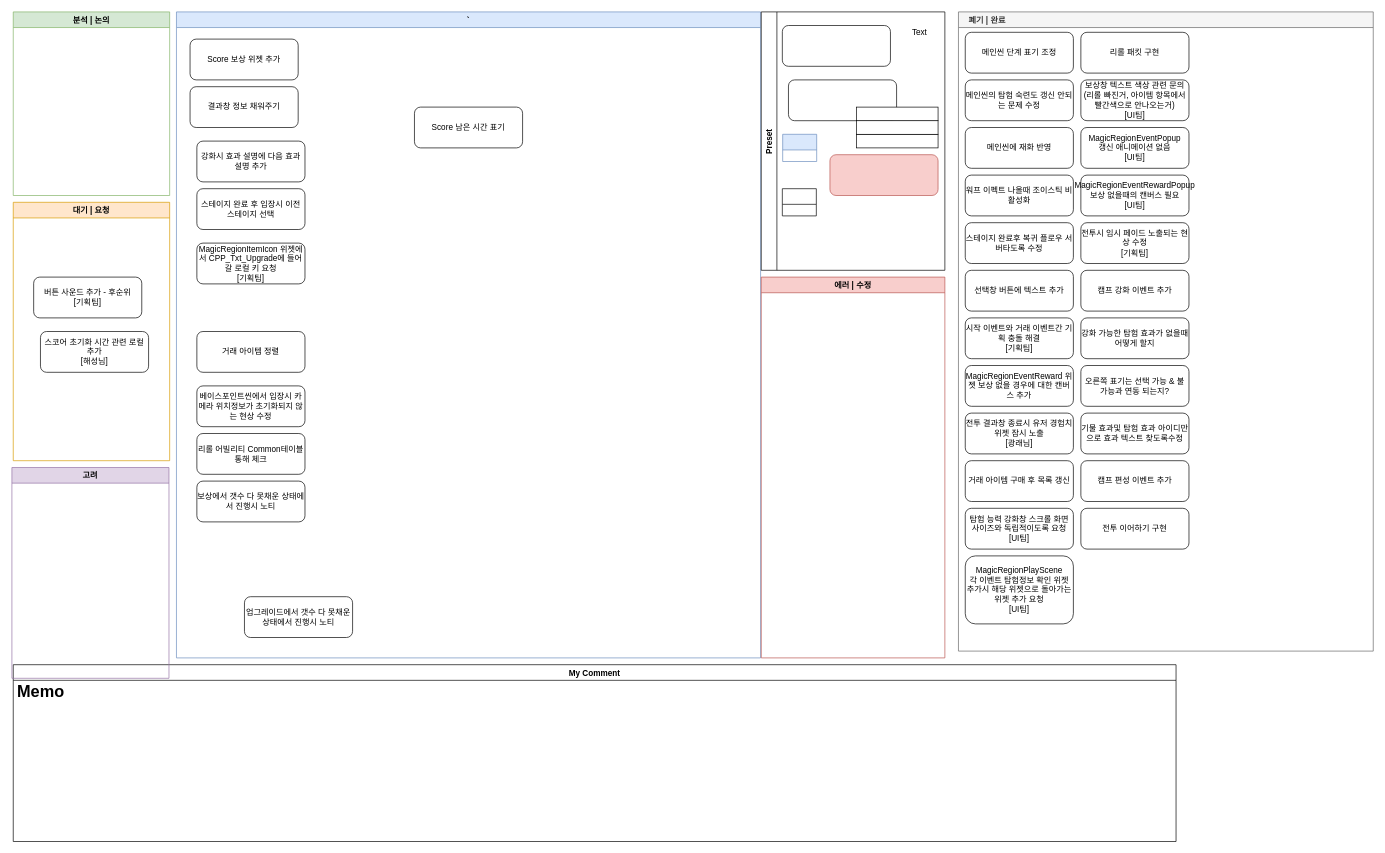
Earlier version of the draw.io diagram 로그라이트.drawio (Endorr/Job-Board). Source tidied: cells renumbered, new cells numbered last; positions are measured from the earlier drawing's top-left corner, leaving out a move shared by most shapes. Both pictures are drawn from the tidied source at 68%, with x=0, y=0 at pixel (12, 12).
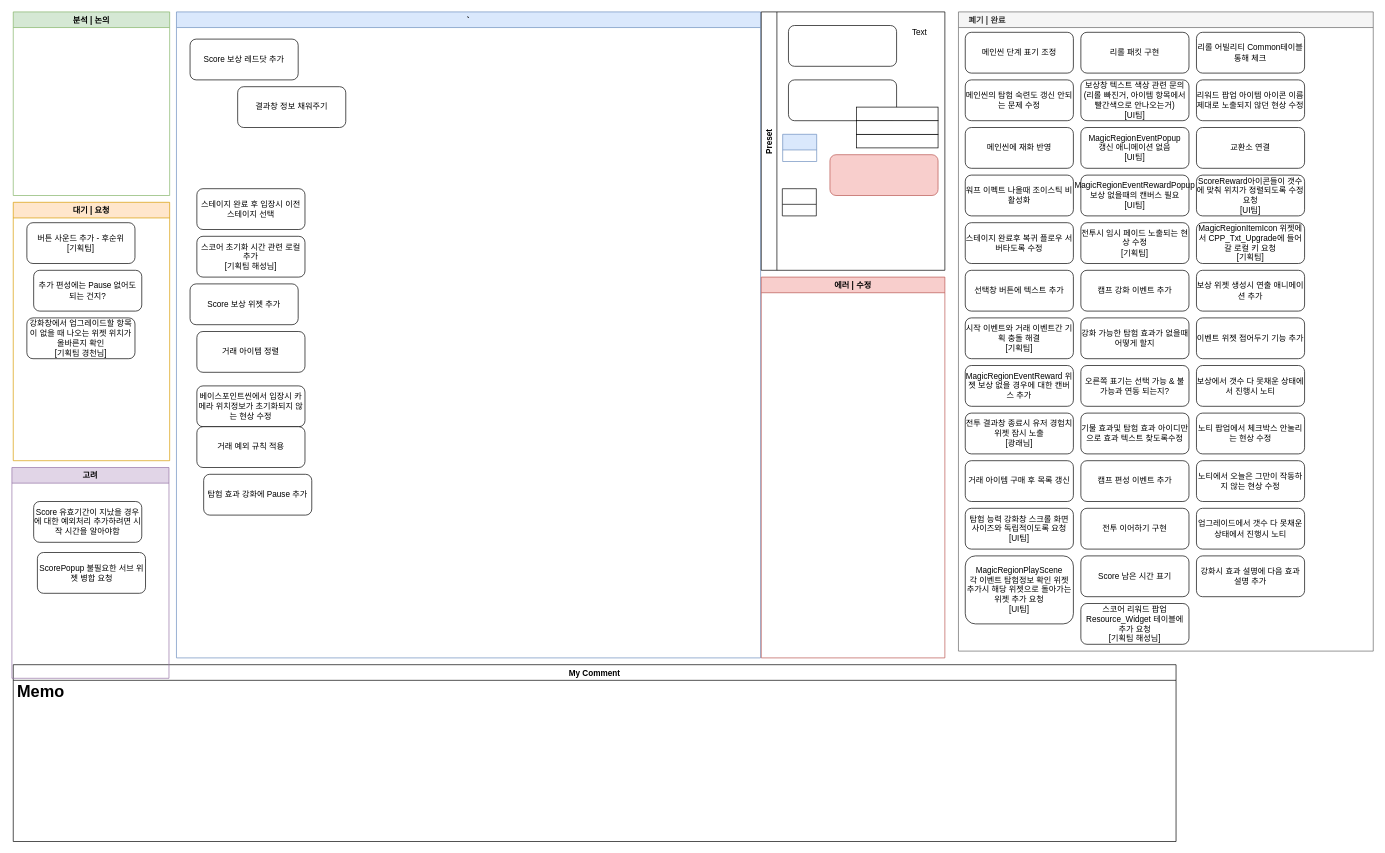
After the change.

Commit message:
로그라이트.drawio 업데이트

The change refers to these unchanged cells:
```xml
<mxCell id="2" value="`" style="swimlane;fillColor=#dae8fc;strokeColor=#6c8ebf;" parent="1" vertex="1">
  <mxGeometry x="242" width="859" height="950" as="geometry" />
</mxCell>
<mxCell id="15" value="대기 | 요청" style="swimlane;strokeColor=#d79b00;fillColor=#ffe6cc;" parent="1" vertex="1">
  <mxGeometry x="2" y="280" width="230" height="380" as="geometry" />
</mxCell>
<mxCell id="18" value="    폐기 | 완료" style="swimlane;strokeColor=#666666;fillColor=#f5f5f5;fontColor=#333333;align=left;" parent="1" vertex="1">
  <mxGeometry x="1392" width="610" height="940" as="geometry" />
</mxCell>
<mxCell id="44" value="고려" style="swimlane;fillColor=#e1d5e7;strokeColor=#9673a6;" parent="1" vertex="1">
  <mxGeometry y="670" width="231" height="310" as="geometry" />
</mxCell>
<mxCell id="45" value="Preset" style="swimlane;horizontal=0;" parent="1" vertex="1">
  <mxGeometry x="1102" width="270" height="380" as="geometry" />
</mxCell>
```

What changed in the source:
```diff
@@
     <mxCell id="3" value="결과창 정보 채워주기" style="rounded=1;whiteSpace=wrap;html=1;" parent="2" vertex="1">
-      <mxGeometry x="20" y="110" width="159" height="60" as="geometry" />
+      <mxGeometry x="90" y="110" width="159" height="60" as="geometry" />
     </mxCell>
@@
-    <mxCell id="7" value="리롤 어빌리티 Common테이블 통해 체크" style="rounded=1;whiteSpace=wrap;html=1;" parent="2" vertex="1">
-      <mxGeometry x="30" y="620" width="159" height="60" as="geometry" />
-    </mxCell>
-    <mxCell id="8" value="보상에서 갯수 다 못채운 상태에서 진행시 노티" style="rounded=1;whiteSpace=wrap;html=1;" parent="2" vertex="1">
-      <mxGeometry x="30" y="690" width="159" height="60" as="geometry" />
-    </mxCell>
-    <mxCell id="9" value="업그레이드에서 갯수 다 못채운 상태에서 진행시 노티" style="rounded=1;whiteSpace=wrap;html=1;" parent="2" vertex="1">
-      <mxGeometry x="100" y="860" width="159" height="60" as="geometry" />
-    </mxCell>
-    <mxCell id="10" value="강화시 효과 설명에 다음 효과 설명 추가" style="rounded=1;whiteSpace=wrap;html=1;" parent="2" vertex="1">
-      <mxGeometry x="30" y="190" width="159" height="60" as="geometry" />
-    </mxCell>
-    <mxCell id="11" value="MagicRegionItemIcon 위젯에서 CPP_Txt_Upgrade에 들어갈 로컬 키 요청&lt;br&gt;[기획팀]" style="rounded=1;whiteSpace=wrap;html=1;" parent="2" vertex="1">
-      <mxGeometry x="30" y="340" width="159" height="60" as="geometry" />
-    </mxCell>
-    <mxCell id="12" value="Score 남은 시간 표기" style="rounded=1;whiteSpace=wrap;html=1;" parent="2" vertex="1">
-      <mxGeometry x="350" y="140" width="159" height="60" as="geometry" />
-    </mxCell>
     <mxCell id="13" value="Score 보상 위젯 추가" style="rounded=1;whiteSpace=wrap;html=1;" parent="2" vertex="1">
-      <mxGeometry x="20" y="40" width="159" height="60" as="geometry" />
+      <mxGeometry x="20" y="400" width="159" height="60" as="geometry" />
     </mxCell>
+    <mxCell id="17" value="스코어 초기화 시간 관련 로컬 추가&lt;br&gt;[기획팀 해성님]" style="rounded=1;whiteSpace=wrap;html=1;" parent="2" vertex="1">
+      <mxGeometry x="30" y="330" width="159" height="60" as="geometry" />
+    </mxCell>
+    <mxCell id="57" value="Score 보상 레드닷 추가" style="rounded=1;whiteSpace=wrap;html=1;" parent="2" vertex="1">
+      <mxGeometry x="20" y="40" width="159" height="60" as="geometry" />
+    </mxCell>
+    <mxCell id="58" value="거래 예외 규칙 적용" style="rounded=1;whiteSpace=wrap;html=1;" parent="2" vertex="1">
+      <mxGeometry x="30" y="610" width="159" height="60" as="geometry" />
+    </mxCell>
+    <mxCell id="59" value="탐험 효과 강화에 Pause 추가" style="rounded=1;whiteSpace=wrap;html=1;" parent="2" vertex="1">
+      <mxGeometry x="40" y="680" width="159" height="60" as="geometry" />
+    </mxCell>
@@
     <mxCell id="16" value="버튼 사운드 추가 - 후순위&lt;br&gt;[기획팀]" style="rounded=1;whiteSpace=wrap;html=1;" parent="15" vertex="1">
-      <mxGeometry x="30" y="110" width="159" height="60" as="geometry" />
+      <mxGeometry x="20" y="30" width="159" height="60" as="geometry" />
     </mxCell>
-    <mxCell id="17" value="스코어 초기화 시간 관련 로컬 추가&lt;br&gt;[해성님]" style="rounded=1;whiteSpace=wrap;html=1;" parent="15" vertex="1">
-      <mxGeometry x="40" y="190" width="159" height="60" as="geometry" />
-    </mxCell>
+    <mxCell id="60" value="추가 편성에는 Pause 없어도 되는 건지?" style="rounded=1;whiteSpace=wrap;html=1;" parent="15" vertex="1">
+      <mxGeometry x="30" y="100" width="159" height="60" as="geometry" />
+    </mxCell>
+    <mxCell id="61" value="강화창에서 업그레이드할 항목이 없을 때 나오는 위젯 위치가 올바른지 확인&lt;br&gt;[기획팀 경천님]" style="rounded=1;whiteSpace=wrap;html=1;" parent="15" vertex="1">
+      <mxGeometry x="20" y="170" width="159" height="60" as="geometry" />
+    </mxCell>
@@
+    <mxCell id="12" value="Score 남은 시간 표기" style="rounded=1;whiteSpace=wrap;html=1;" parent="18" vertex="1">
+      <mxGeometry x="180" y="800" width="159" height="60" as="geometry" />
+    </mxCell>
+    <mxCell id="62" value="스코어 리워드 팝업 Resource_Widget 테이블에 추가 요청&lt;br&gt;[기획팀 해성님]" style="rounded=1;whiteSpace=wrap;html=1;" parent="18" vertex="1">
+      <mxGeometry x="180" y="870" width="159" height="60" as="geometry" />
+    </mxCell>
+    <mxCell id="7" value="리롤 어빌리티 Common테이블 통해 체크" style="rounded=1;whiteSpace=wrap;html=1;" parent="18" vertex="1">
+      <mxGeometry x="350" y="30" width="159" height="60" as="geometry" />
+    </mxCell>
+    <mxCell id="63" value="리워드 팝업 아이템 아이콘 이름 제대로 노출되지 않던 현상 수정" style="rounded=1;whiteSpace=wrap;html=1;" parent="18" vertex="1">
+      <mxGeometry x="350" y="100" width="159" height="60" as="geometry" />
+    </mxCell>
+    <mxCell id="64" value="교환소 연결" style="rounded=1;whiteSpace=wrap;html=1;" parent="18" vertex="1">
+      <mxGeometry x="350" y="170" width="159" height="60" as="geometry" />
+    </mxCell>
+    <mxCell id="65" value="ScoreReward아이콘들이 갯수에 맞춰 위치가 정렬되도록 수정 요청&lt;br&gt;[UI팀]" style="rounded=1;whiteSpace=wrap;html=1;" parent="18" vertex="1">
+      <mxGeometry x="350" y="240" width="159" height="60" as="geometry" />
+    </mxCell>
+    <mxCell id="11" value="MagicRegionItemIcon 위젯에서 CPP_Txt_Upgrade에 들어갈 로컬 키 요청&lt;br&gt;[기획팀]" style="rounded=1;whiteSpace=wrap;html=1;" parent="18" vertex="1">
+      <mxGeometry x="350" y="310" width="159" height="60" as="geometry" />
+    </mxCell>
+    <mxCell id="66" value="보상 위젯 생성시 연출 애니메이션 추가" style="rounded=1;whiteSpace=wrap;html=1;" parent="18" vertex="1">
+      <mxGeometry x="350" y="380" width="159" height="60" as="geometry" />
+    </mxCell>
+    <mxCell id="67" value="이벤트 위젯 접어두기 기능 추가" style="rounded=1;whiteSpace=wrap;html=1;" parent="18" vertex="1">
+      <mxGeometry x="350" y="450" width="159" height="60" as="geometry" />
+    </mxCell>
+    <mxCell id="8" value="보상에서 갯수 다 못채운 상태에서 진행시 노티" style="rounded=1;whiteSpace=wrap;html=1;" parent="18" vertex="1">
+      <mxGeometry x="350" y="520" width="159" height="60" as="geometry" />
+    </mxCell>
+    <mxCell id="68" value="노티 팝업에서 체크박스 안눌리는 현상 수정" style="rounded=1;whiteSpace=wrap;html=1;" parent="18" vertex="1">
+      <mxGeometry x="350" y="590" width="159" height="60" as="geometry" />
+    </mxCell>
+    <mxCell id="69" value="노티에서 오늘은 그만이 작동하지 않는 현상 수정" style="rounded=1;whiteSpace=wrap;html=1;" parent="18" vertex="1">
+      <mxGeometry x="350" y="660" width="159" height="60" as="geometry" />
+    </mxCell>
+    <mxCell id="9" value="업그레이드에서 갯수 다 못채운 상태에서 진행시 노티" style="rounded=1;whiteSpace=wrap;html=1;" parent="18" vertex="1">
+      <mxGeometry x="350" y="730" width="159" height="60" as="geometry" />
+    </mxCell>
+    <mxCell id="10" value="강화시 효과 설명에 다음 효과 설명 추가" style="rounded=1;whiteSpace=wrap;html=1;" parent="18" vertex="1">
+      <mxGeometry x="350" y="800" width="159" height="60" as="geometry" />
+    </mxCell>
@@
+    <mxCell id="70" value="Score 유효기간이 지났을 경우에 대한 예외처리 추가하려면 시작 시간을 알아야함" style="rounded=1;whiteSpace=wrap;html=1;" parent="44" vertex="1">
+      <mxGeometry x="32" y="50" width="159" height="60" as="geometry" />
+    </mxCell>
+    <mxCell id="71" value="ScorePopup 불필요한 서브 위젯 병합 요청" style="rounded=1;whiteSpace=wrap;html=1;" parent="44" vertex="1">
+      <mxGeometry x="37.5" y="125" width="159" height="60" as="geometry" />
+    </mxCell>
@@
     <mxCell id="49" style="rounded=1;whiteSpace=wrap;html=1;" parent="45" vertex="1">
-      <mxGeometry x="31" y="20" width="159" height="60" as="geometry" />
+      <mxGeometry x="40" y="20" width="159" height="60" as="geometry" />
     </mxCell>
```
